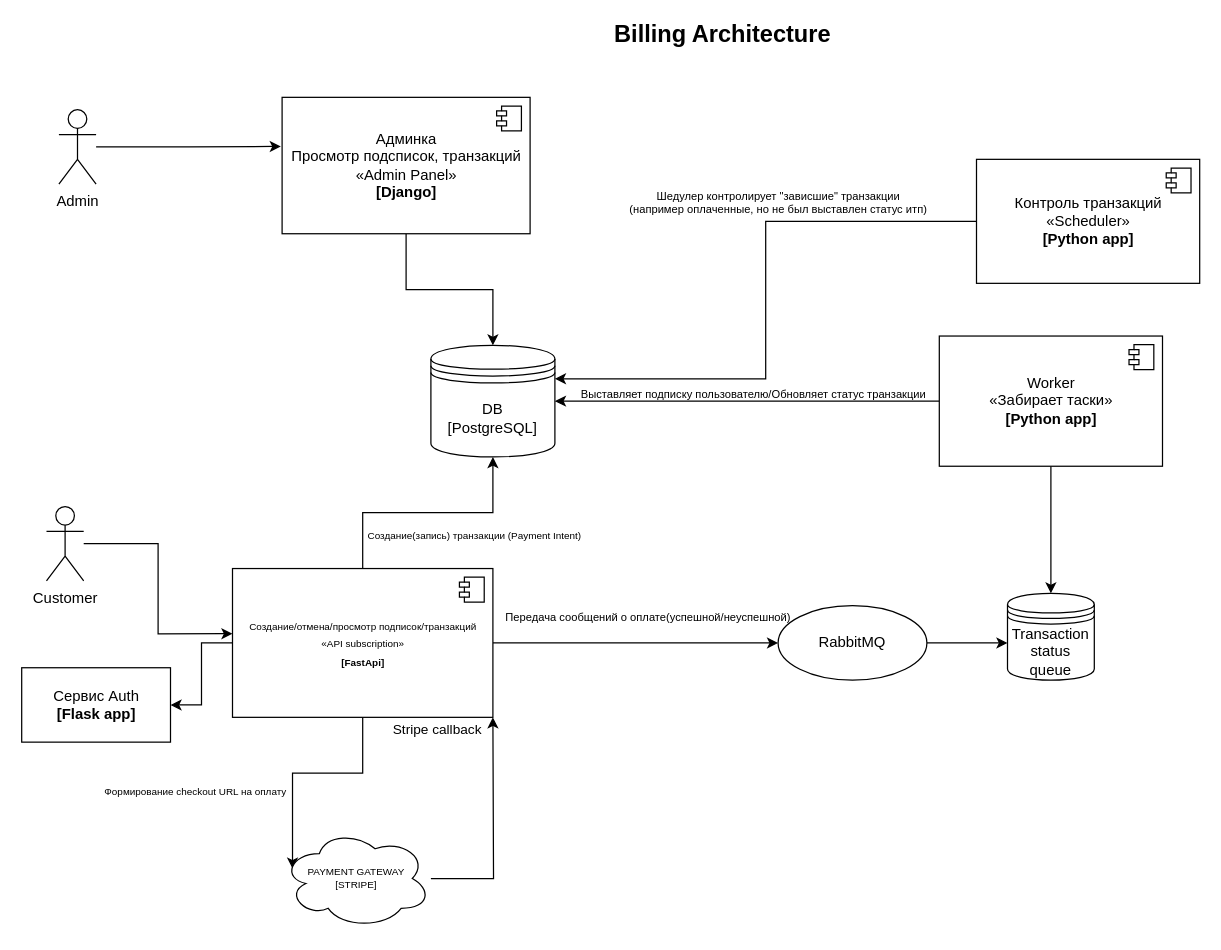
Above: architecture/billing.drawio in netshy/Yookassa-Billing (draw.io), before the change. Source tidied: cells renumbered, new cells numbered last; positions are measured from the earlier drawing's top-left corner, leaving out a move shared by most shapes. Both pictures are drawn from the tidied source at 124%, with x=0, y=0 at pixel (21, 22).
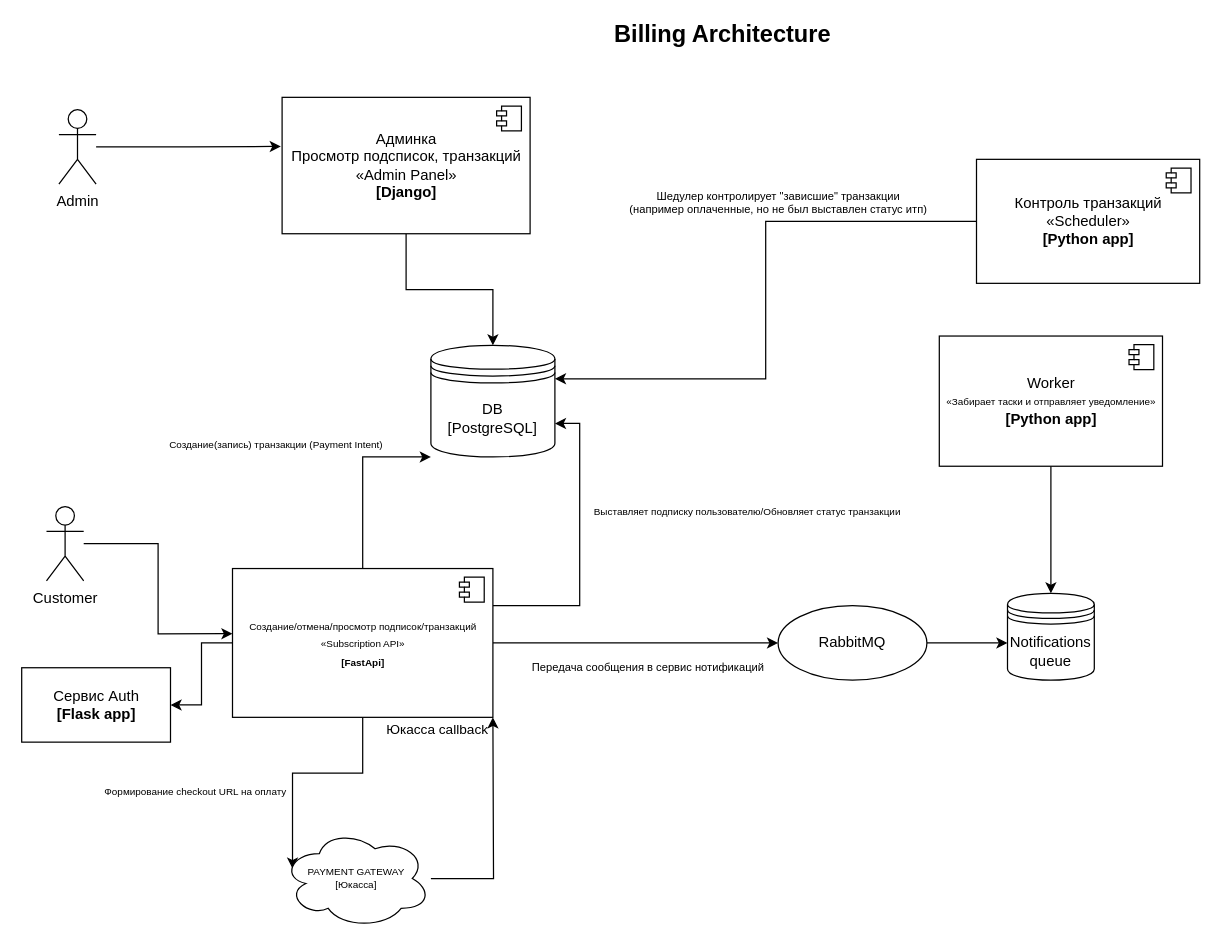
The same page after the edit.

Unchanged cells that the change refers to:
```xml
<mxCell id="15" value="DB&lt;br&gt;[PostgreSQL]" style="shape=datastore;whiteSpace=wrap;html=1;" parent="1" vertex="1">
  <mxGeometry x="330" y="260" width="100" height="90" as="geometry" />
</mxCell>
```

Change to the diagram source:
```diff
@@
     <mxCell id="6" style="edgeStyle=orthogonalEdgeStyle;rounded=0;jettySize=auto;html=1;fontSize=8;" parent="1" edge="1" source="10" target="15">
-      <mxGeometry relative="1" as="geometry" />
+      <mxGeometry relative="1" as="geometry">
+        <Array as="points">
+          <mxPoint x="275" y="350" />
+        </Array>
+      </mxGeometry>
     </mxCell>
@@
+    <mxCell id="36" style="edgeStyle=orthogonalEdgeStyle;rounded=0;jettySize=auto;html=1;exitX=1;exitY=0.25;exitDx=0;exitDy=0;entryX=1;entryY=0.7;entryDx=0;entryDy=0;fontSize=19;" parent="1" edge="1" source="10" target="15">
+      <mxGeometry relative="1" as="geometry" />
+    </mxCell>
-    <mxCell id="10" value="&lt;font style=&quot;font-size: 8px;&quot;&gt;Создание/отмена/просмотр подписок/транзакций&lt;br&gt;«API&amp;nbsp;&lt;span style=&quot;text-align: left;&quot;&gt;subscription&lt;/span&gt;»&lt;br&gt;&lt;b&gt;[FastApi]&lt;/b&gt;&lt;/font&gt;" style="html=1;" parent="1" vertex="1">
+    <mxCell id="10" value="&lt;font style=&quot;font-size: 8px;&quot;&gt;Создание/отмена/просмотр подписок/транзакций&lt;br&gt;«Subscription API»&lt;br&gt;&lt;b&gt;[FastApi]&lt;/b&gt;&lt;/font&gt;" style="html=1;" parent="1" vertex="1">
       <mxGeometry x="170" y="440" width="210" height="120" as="geometry" />
     </mxCell>
@@
-    <mxCell id="17" value="PAYMENT GATEWAY&lt;br&gt;[STRIPE]&lt;br&gt;" style="ellipse;shape=cloud;whiteSpace=wrap;html=1;fontSize=8;" parent="1" vertex="1">
+    <mxCell id="17" value="PAYMENT GATEWAY&lt;br&gt;[Юкасса]" style="ellipse;shape=cloud;whiteSpace=wrap;html=1;fontSize=8;" parent="1" vertex="1">
       <mxGeometry x="210" y="650" width="120" height="80" as="geometry" />
     </mxCell>
@@
     <mxCell id="19" value="Создание(запись) транзакции (Payment Intent)" style="text;html=1;align=center;verticalAlign=middle;strokeColor=none;fillColor=none;fontSize=8;" parent="1" vertex="1">
-      <mxGeometry x="270" y="404" width="190" height="20" as="geometry" />
+      <mxGeometry x="110" y="330" width="190" height="20" as="geometry" />
     </mxCell>
-    <mxCell id="20" value="Stripe callback" style="text;html=1;align=center;verticalAlign=middle;strokeColor=none;fillColor=none;fontSize=11;" parent="1" vertex="1">
-      <mxGeometry x="290" y="560" width="90" height="20" as="geometry" />
+    <mxCell id="20" value="Юкасса callback" style="text;html=1;align=center;verticalAlign=middle;strokeColor=none;fillColor=none;fontSize=11;" parent="1" vertex="1">
+      <mxGeometry x="285" y="560" width="100" height="20" as="geometry" />
     </mxCell>
@@
-    <mxCell id="23" value="Передача сообщений о оплате(успешной/неуспешной)" style="text;html=1;align=center;verticalAlign=middle;strokeColor=none;fillColor=none;fontSize=9;" parent="1" vertex="1">
-      <mxGeometry x="380" y="470" width="250" height="20" as="geometry" />
+    <mxCell id="23" value="Передача сообщения в сервис нотификаций" style="text;html=1;align=center;verticalAlign=middle;strokeColor=none;fillColor=none;fontSize=9;" parent="1" vertex="1">
+      <mxGeometry x="400" y="510" width="210" height="20" as="geometry" />
     </mxCell>
-    <mxCell id="24" value="Transaction&lt;br&gt;status&lt;br&gt;queue" style="shape=datastore;whiteSpace=wrap;html=1;" parent="1" vertex="1">
+    <mxCell id="24" value="Notifications&lt;br&gt;queue" style="shape=datastore;whiteSpace=wrap;html=1;" parent="1" vertex="1">
       <mxGeometry x="795" y="460" width="70" height="70" as="geometry" />
     </mxCell>
-    <mxCell id="25" style="edgeStyle=orthogonalEdgeStyle;rounded=0;jettySize=auto;html=1;entryX=1;entryY=0.5;entryDx=0;entryDy=0;fontSize=9;" parent="1" edge="1" source="27" target="15">
-      <mxGeometry relative="1" as="geometry" />
-    </mxCell>
@@
-    <mxCell id="27" value="Worker&lt;br&gt;«Забирает таски»&lt;br&gt;&lt;b&gt;[Python app]&lt;/b&gt;" style="html=1;" parent="1" vertex="1">
+    <mxCell id="27" value="Worker&lt;br&gt;&lt;font style=&quot;font-size: 8px;&quot;&gt;«Забирает таски и отправляет уведомление»&lt;br&gt;&lt;/font&gt;&lt;b&gt;[Python app]&lt;/b&gt;" style="html=1;" parent="1" vertex="1">
       <mxGeometry x="740" y="252.5" width="180" height="105" as="geometry" />
     </mxCell>
@@
-    <mxCell id="30" value="Выставляет подписку пользователю/Обновляет статус транзакции" style="text;html=1;align=center;verticalAlign=middle;strokeColor=none;fillColor=none;fontSize=9;" parent="1" vertex="1">
-      <mxGeometry x="440" y="290" width="300" height="20" as="geometry" />
+    <mxCell id="30" value="Выставляет подписку пользователю/Обновляет статус транзакции" style="text;html=1;align=center;verticalAlign=middle;strokeColor=none;fillColor=none;fontSize=8;" parent="1" vertex="1">
+      <mxGeometry x="450" y="384" width="270" height="20" as="geometry" />
     </mxCell>
```
